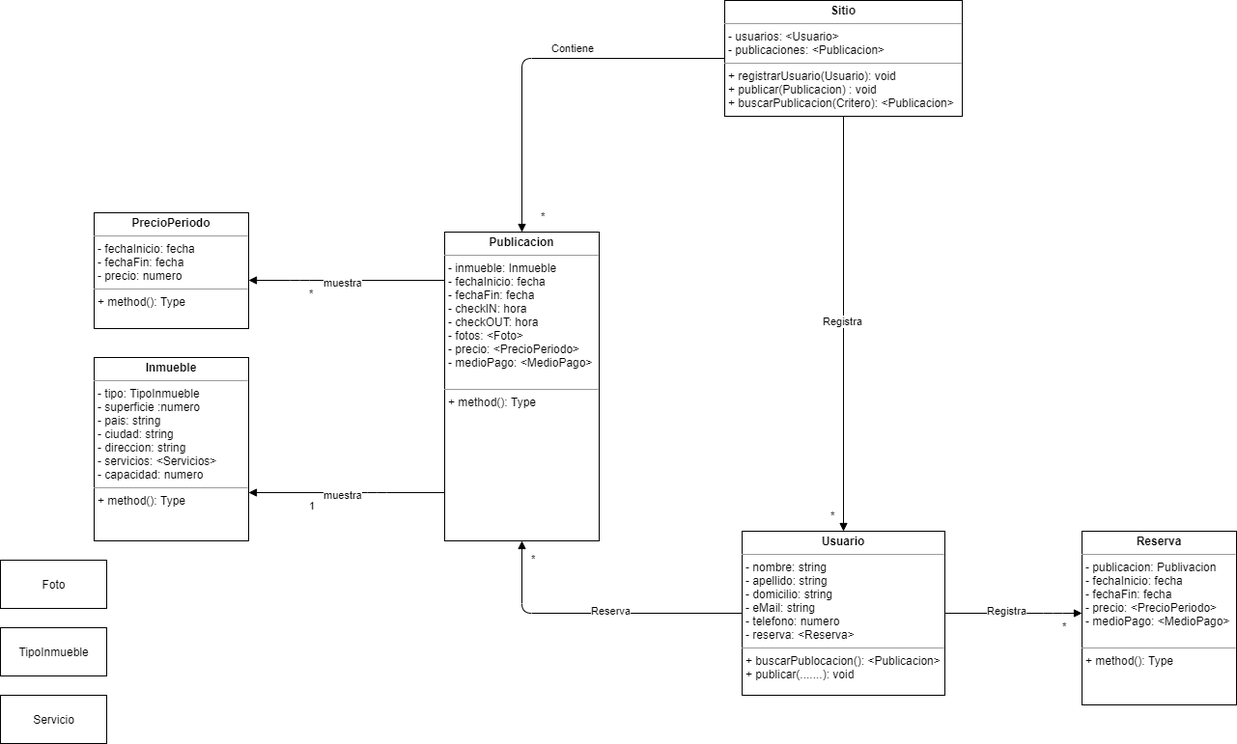
CundariNicolas/PO2_TP_FINAL_2021 keeps this draw.io diagram as UML_PO2_TP_FINALPNG1.png. Above is the earlier version. Source tidied: cells renumbered, new cells last; positions are measured from the earlier drawing's top-left corner, leaving out a move shared by most shapes.
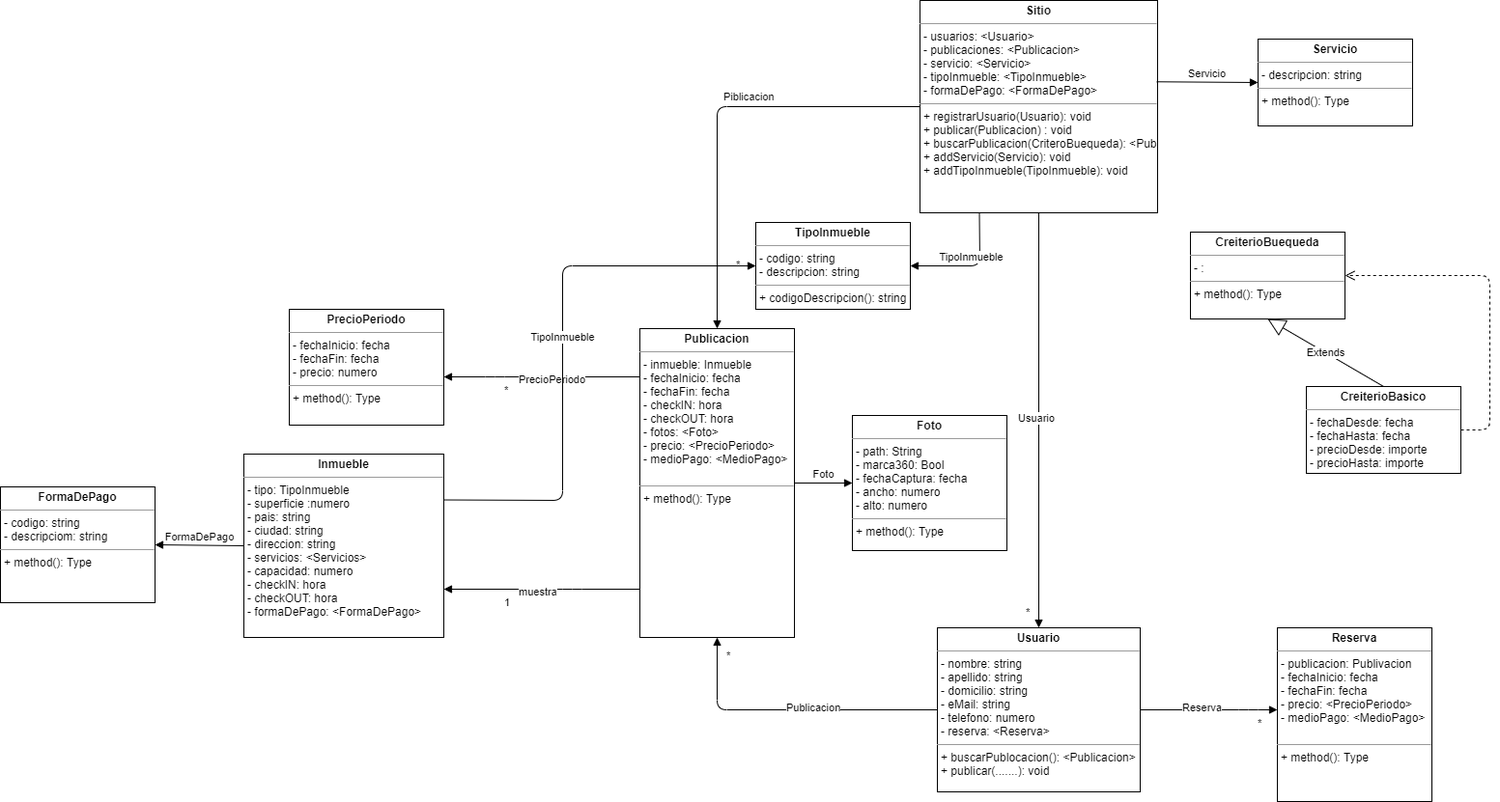
After the change.

The edit, as a diff of the source:
```diff
@@ -8,28 +8,19 @@
     <mxCell id="3" value="&lt;p style=&quot;margin: 0px ; margin-top: 4px ; text-align: center&quot;&gt;&lt;b&gt;Publicacion&lt;/b&gt;&lt;/p&gt;&lt;hr size=&quot;1&quot;&gt;&lt;p style=&quot;margin: 0px ; margin-left: 4px&quot;&gt;- inmueble: Inmueble&lt;/p&gt;&lt;p style=&quot;margin: 0px ; margin-left: 4px&quot;&gt;- fechaInicio: fecha&lt;/p&gt;&lt;p style=&quot;margin: 0px ; margin-left: 4px&quot;&gt;- fechaFin: fecha&lt;/p&gt;&lt;p style=&quot;margin: 0px ; margin-left: 4px&quot;&gt;- checkIN: hora&lt;/p&gt;&lt;p style=&quot;margin: 0px ; margin-left: 4px&quot;&gt;- checkOUT: hora&lt;/p&gt;&lt;p style=&quot;margin: 0px ; margin-left: 4px&quot;&gt;- fotos: &amp;lt;Foto&amp;gt;&lt;/p&gt;&lt;p style=&quot;margin: 0px ; margin-left: 4px&quot;&gt;- precio: &amp;lt;PrecioPeriodo&amp;gt;&lt;/p&gt;&lt;p style=&quot;margin: 0px ; margin-left: 4px&quot;&gt;- medioPago: &amp;lt;MedioPago&amp;gt;&lt;/p&gt;&lt;p style=&quot;margin: 0px ; margin-left: 4px&quot;&gt;&lt;br&gt;&lt;/p&gt;&lt;hr size=&quot;1&quot;&gt;&lt;p style=&quot;margin: 0px ; margin-left: 4px&quot;&gt;+ method(): Type&lt;/p&gt;" style="verticalAlign=top;align=left;overflow=fill;fontSize=12;fontFamily=Helvetica;html=1;" parent="1" vertex="1">
       <mxGeometry x="460" y="240" width="160" height="320" as="geometry" />
     </mxCell>
-    <mxCell id="4" value="&lt;p style=&quot;margin: 0px ; margin-top: 4px ; text-align: center&quot;&gt;&lt;b&gt;Sitio&lt;/b&gt;&lt;/p&gt;&lt;hr size=&quot;1&quot;&gt;&lt;p style=&quot;margin: 0px ; margin-left: 4px&quot;&gt;- usuarios: &amp;lt;Usuario&amp;gt;&lt;/p&gt;&lt;p style=&quot;margin: 0px ; margin-left: 4px&quot;&gt;- publicaciones: &amp;lt;Publicacion&amp;gt;&lt;/p&gt;&lt;hr size=&quot;1&quot;&gt;&lt;p style=&quot;margin: 0px ; margin-left: 4px&quot;&gt;+ registrarUsuario(Usuario): void&lt;/p&gt;&lt;p style=&quot;margin: 0px ; margin-left: 4px&quot;&gt;+ publicar(Publicacion) : void&lt;/p&gt;&lt;p style=&quot;margin: 0px ; margin-left: 4px&quot;&gt;+ buscarPublicacion(Critero): &amp;lt;Publicacion&amp;gt;&lt;/p&gt;" style="verticalAlign=top;align=left;overflow=fill;fontSize=12;fontFamily=Helvetica;html=1;" parent="1" vertex="1">
-      <mxGeometry x="750" width="246" height="120" as="geometry" />
+    <mxCell id="4" value="&lt;p style=&quot;margin: 0px ; margin-top: 4px ; text-align: center&quot;&gt;&lt;b&gt;Sitio&lt;/b&gt;&lt;/p&gt;&lt;hr size=&quot;1&quot;&gt;&lt;p style=&quot;margin: 0px ; margin-left: 4px&quot;&gt;- usuarios: &amp;lt;Usuario&amp;gt;&lt;/p&gt;&lt;p style=&quot;margin: 0px ; margin-left: 4px&quot;&gt;- publicaciones: &amp;lt;Publicacion&amp;gt;&lt;/p&gt;&lt;p style=&quot;margin: 0px ; margin-left: 4px&quot;&gt;- servicio: &amp;lt;Servicio&amp;gt;&lt;/p&gt;&lt;p style=&quot;margin: 0px ; margin-left: 4px&quot;&gt;- tipoInmueble: &amp;lt;TipoInmueble&amp;gt;&lt;/p&gt;&lt;p style=&quot;margin: 0px ; margin-left: 4px&quot;&gt;- formaDePago: &amp;lt;FormaDePago&amp;gt;&lt;/p&gt;&lt;hr size=&quot;1&quot;&gt;&lt;p style=&quot;margin: 0px ; margin-left: 4px&quot;&gt;+ registrarUsuario(Usuario): void&lt;/p&gt;&lt;p style=&quot;margin: 0px ; margin-left: 4px&quot;&gt;+ publicar(Publicacion) : void&lt;/p&gt;&lt;p style=&quot;margin: 0px ; margin-left: 4px&quot;&gt;+ buscarPublicacion(CriteroBuequeda): &amp;lt;Publicacion&amp;gt;&lt;/p&gt;&lt;p style=&quot;margin: 0px ; margin-left: 4px&quot;&gt;+ addServicio(Servicio): void&lt;/p&gt;&lt;p style=&quot;margin: 0px ; margin-left: 4px&quot;&gt;+ addTipoInmueble(TipoInmueble): void&lt;/p&gt;" style="verticalAlign=top;align=left;overflow=fill;fontSize=12;fontFamily=Helvetica;html=1;" parent="1" vertex="1">
+      <mxGeometry x="750" y="-100" width="246" height="220" as="geometry" />
     </mxCell>
-    <mxCell id="5" value="&lt;p style=&quot;margin: 0px ; margin-top: 4px ; text-align: center&quot;&gt;&lt;b&gt;Inmueble&lt;/b&gt;&lt;/p&gt;&lt;hr size=&quot;1&quot;&gt;&lt;p style=&quot;margin: 0px ; margin-left: 4px&quot;&gt;- tipo: TipoInmueble&lt;/p&gt;&lt;p style=&quot;margin: 0px ; margin-left: 4px&quot;&gt;- superficie :numero&lt;/p&gt;&lt;p style=&quot;margin: 0px ; margin-left: 4px&quot;&gt;- pais: string&lt;/p&gt;&lt;p style=&quot;margin: 0px ; margin-left: 4px&quot;&gt;- ciudad: string&lt;/p&gt;&lt;p style=&quot;margin: 0px ; margin-left: 4px&quot;&gt;- direccion: string&lt;/p&gt;&lt;p style=&quot;margin: 0px ; margin-left: 4px&quot;&gt;- servicios: &amp;lt;Servicios&amp;gt;&lt;/p&gt;&lt;p style=&quot;margin: 0px ; margin-left: 4px&quot;&gt;- capacidad: numero&lt;/p&gt;&lt;hr size=&quot;1&quot;&gt;&lt;p style=&quot;margin: 0px ; margin-left: 4px&quot;&gt;+ method(): Type&lt;/p&gt;" style="verticalAlign=top;align=left;overflow=fill;fontSize=12;fontFamily=Helvetica;html=1;" parent="1" vertex="1">
-      <mxGeometry x="97" y="370" width="160" height="190" as="geometry" />
+    <mxCell id="5" value="&lt;p style=&quot;margin: 0px ; margin-top: 4px ; text-align: center&quot;&gt;&lt;b&gt;Inmueble&lt;/b&gt;&lt;/p&gt;&lt;hr size=&quot;1&quot;&gt;&lt;p style=&quot;margin: 0px ; margin-left: 4px&quot;&gt;- tipo: TipoInmueble&lt;/p&gt;&lt;p style=&quot;margin: 0px ; margin-left: 4px&quot;&gt;- superficie :numero&lt;/p&gt;&lt;p style=&quot;margin: 0px ; margin-left: 4px&quot;&gt;- pais: string&lt;/p&gt;&lt;p style=&quot;margin: 0px ; margin-left: 4px&quot;&gt;- ciudad: string&lt;/p&gt;&lt;p style=&quot;margin: 0px ; margin-left: 4px&quot;&gt;- direccion: string&lt;/p&gt;&lt;p style=&quot;margin: 0px ; margin-left: 4px&quot;&gt;- servicios: &amp;lt;Servicios&amp;gt;&lt;/p&gt;&lt;p style=&quot;margin: 0px ; margin-left: 4px&quot;&gt;- capacidad: numero&lt;/p&gt;&lt;p style=&quot;margin: 0px ; margin-left: 4px&quot;&gt;- checkIN: hora&lt;/p&gt;&lt;p style=&quot;margin: 0px ; margin-left: 4px&quot;&gt;- checkOUT: hora&lt;/p&gt;&lt;p style=&quot;margin: 0px ; margin-left: 4px&quot;&gt;- formaDePago: &amp;lt;FormaDePago&amp;gt;&lt;/p&gt;&lt;p style=&quot;margin: 0px ; margin-left: 4px&quot;&gt;&lt;br&gt;&lt;/p&gt;&lt;hr size=&quot;1&quot;&gt;&lt;p style=&quot;margin: 0px ; margin-left: 4px&quot;&gt;+ method(): Type&lt;/p&gt;" style="verticalAlign=top;align=left;overflow=fill;fontSize=12;fontFamily=Helvetica;html=1;" parent="1" vertex="1">
+      <mxGeometry x="50" y="370" width="207" height="190" as="geometry" />
     </mxCell>
-    <mxCell id="6" value="TipoInmueble" style="html=1;" parent="1" vertex="1">
-      <mxGeometry y="650" width="110" height="50" as="geometry" />
-    </mxCell>
-    <mxCell id="7" value="Servicio" style="html=1;" parent="1" vertex="1">
-      <mxGeometry y="720" width="110" height="50" as="geometry" />
-    </mxCell>
-    <mxCell id="8" value="Foto" style="html=1;" parent="1" vertex="1">
-      <mxGeometry y="580" width="110" height="50" as="geometry" />
-    </mxCell>
     <mxCell id="9" value="&lt;p style=&quot;margin: 0px ; margin-top: 4px ; text-align: center&quot;&gt;&lt;b&gt;PrecioPeriodo&lt;/b&gt;&lt;/p&gt;&lt;hr size=&quot;1&quot;&gt;&lt;p style=&quot;margin: 0px ; margin-left: 4px&quot;&gt;- fechaInicio: fecha&lt;/p&gt;&lt;p style=&quot;margin: 0px ; margin-left: 4px&quot;&gt;- fechaFin: fecha&lt;/p&gt;&lt;p style=&quot;margin: 0px ; margin-left: 4px&quot;&gt;- precio: numero&lt;/p&gt;&lt;hr size=&quot;1&quot;&gt;&lt;p style=&quot;margin: 0px ; margin-left: 4px&quot;&gt;+ method(): Type&lt;/p&gt;" style="verticalAlign=top;align=left;overflow=fill;fontSize=12;fontFamily=Helvetica;html=1;" parent="1" vertex="1">
       <mxGeometry x="97" y="220" width="160" height="120" as="geometry" />
     </mxCell>
     <mxCell id="10" value="&lt;p style=&quot;margin: 0px ; margin-top: 4px ; text-align: center&quot;&gt;&lt;b&gt;Reserva&lt;/b&gt;&lt;/p&gt;&lt;hr size=&quot;1&quot;&gt;&lt;p style=&quot;margin: 0px ; margin-left: 4px&quot;&gt;- publicacion: Publivacion&lt;/p&gt;&lt;p style=&quot;margin: 0px ; margin-left: 4px&quot;&gt;- fechaInicio: fecha&lt;/p&gt;&lt;p style=&quot;margin: 0px ; margin-left: 4px&quot;&gt;- fechaFin: fecha&lt;/p&gt;&lt;p style=&quot;margin: 0px ; margin-left: 4px&quot;&gt;- precio: &amp;lt;PrecioPeriodo&amp;gt;&lt;/p&gt;&lt;p style=&quot;margin: 0px ; margin-left: 4px&quot;&gt;- medioPago: &amp;lt;MedioPago&amp;gt;&lt;/p&gt;&lt;p style=&quot;margin: 0px ; margin-left: 4px&quot;&gt;&lt;br&gt;&lt;/p&gt;&lt;hr size=&quot;1&quot;&gt;&lt;p style=&quot;margin: 0px ; margin-left: 4px&quot;&gt;+ method(): Type&lt;/p&gt;" style="verticalAlign=top;align=left;overflow=fill;fontSize=12;fontFamily=Helvetica;html=1;" parent="1" vertex="1">
       <mxGeometry x="1120" y="550" width="160" height="180" as="geometry" />
     </mxCell>
-    <mxCell id="11" value="Registra" style="endArrow=block;endFill=1;html=1;edgeStyle=orthogonalEdgeStyle;align=left;verticalAlign=top;" parent="1" edge="1" source="4" target="2">
+    <mxCell id="11" value="Usuario" style="endArrow=block;endFill=1;html=1;edgeStyle=orthogonalEdgeStyle;align=left;verticalAlign=top;" parent="1" edge="1" source="4" target="2">
       <mxGeometry x="-0.07" y="-23" relative="1" as="geometry" />
     </mxCell>
     <mxCell id="12" value="*" style="edgeLabel;html=1;align=left;verticalAlign=bottom;spacing=20;" parent="11" vertex="1">
@@ -37,7 +28,7 @@
         <mxPoint x="-33" y="440" as="offset" />
       </mxGeometry>
     </mxCell>
-    <mxCell id="13" value="Reserva" style="endArrow=block;endFill=1;html=1;edgeStyle=orthogonalEdgeStyle;align=left;verticalAlign=top;" parent="1" edge="1" source="2" target="3">
+    <mxCell id="13" value="Publicacion" style="endArrow=block;endFill=1;html=1;edgeStyle=orthogonalEdgeStyle;align=left;verticalAlign=top;" parent="1" edge="1" source="2" target="3">
       <mxGeometry x="0.04" y="-15" relative="1" as="geometry">
         <Array as="points">
           <mxPoint x="540" y="635" />
@@ -49,7 +40,7 @@
         <mxPoint x="-238" y="-30" as="offset" />
       </mxGeometry>
     </mxCell>
-    <mxCell id="15" value="Registra" style="endArrow=block;endFill=1;html=1;edgeStyle=orthogonalEdgeStyle;align=left;verticalAlign=top;" parent="1" edge="1" source="2" target="10">
+    <mxCell id="15" value="Reserva" style="endArrow=block;endFill=1;html=1;edgeStyle=orthogonalEdgeStyle;align=left;verticalAlign=top;" parent="1" edge="1" source="2" target="10">
       <mxGeometry x="-0.41" y="15" relative="1" as="geometry">
         <Array as="points">
           <mxPoint x="1090" y="635" />
@@ -62,7 +53,7 @@
         <mxPoint x="102" y="40" as="offset" />
       </mxGeometry>
     </mxCell>
-    <mxCell id="17" value="Contiene" style="endArrow=block;endFill=1;html=1;edgeStyle=orthogonalEdgeStyle;align=left;verticalAlign=top;" parent="1" edge="1" source="4" target="3">
+    <mxCell id="17" value="Piblicacion" style="endArrow=block;endFill=1;html=1;edgeStyle=orthogonalEdgeStyle;align=left;verticalAlign=top;" parent="1" edge="1" source="4" target="3">
       <mxGeometry x="-0.07" y="-23" relative="1" as="geometry" />
     </mxCell>
     <mxCell id="18" value="*" style="edgeLabel;html=1;align=left;verticalAlign=bottom;spacing=20;" parent="17" vertex="1">
@@ -83,7 +74,7 @@
         <mxPoint x="-160" y="40" as="offset" />
       </mxGeometry>
     </mxCell>
-    <mxCell id="21" value="muestra" style="endArrow=block;endFill=1;html=1;edgeStyle=orthogonalEdgeStyle;align=left;verticalAlign=top;" parent="1" edge="1" target="9">
+    <mxCell id="21" value="PrecioPeriodo" style="endArrow=block;endFill=1;html=1;edgeStyle=orthogonalEdgeStyle;align=left;verticalAlign=top;" parent="1" edge="1" target="9">
       <mxGeometry x="0.25" y="-10" relative="1" as="geometry">
         <mxPoint x="460" y="290" as="sourcePoint" />
         <Array as="points">
@@ -97,5 +88,58 @@
         <mxPoint x="-160" y="40" as="offset" />
       </mxGeometry>
     </mxCell>
+    <mxCell id="23" value="&lt;p style=&quot;margin: 0px ; margin-top: 4px ; text-align: center&quot;&gt;&lt;b&gt;TipoInmueble&lt;/b&gt;&lt;/p&gt;&lt;hr size=&quot;1&quot;&gt;&lt;p style=&quot;margin: 0px ; margin-left: 4px&quot;&gt;- codigo: string&lt;/p&gt;&lt;p style=&quot;margin: 0px ; margin-left: 4px&quot;&gt;- descripcion: string&lt;/p&gt;&lt;hr size=&quot;1&quot;&gt;&lt;p style=&quot;margin: 0px ; margin-left: 4px&quot;&gt;+ codigoDescripcion(): string&lt;/p&gt;" style="verticalAlign=top;align=left;overflow=fill;fontSize=12;fontFamily=Helvetica;html=1;" parent="1" vertex="1">
+      <mxGeometry x="580" y="130" width="160" height="90" as="geometry" />
+    </mxCell>
+    <mxCell id="24" value="&lt;p style=&quot;margin: 0px ; margin-top: 4px ; text-align: center&quot;&gt;&lt;b&gt;Servicio&lt;/b&gt;&lt;/p&gt;&lt;hr size=&quot;1&quot;&gt;&lt;p style=&quot;margin: 0px ; margin-left: 4px&quot;&gt;&lt;span&gt;- descripcion: string&lt;/span&gt;&lt;br&gt;&lt;/p&gt;&lt;hr size=&quot;1&quot;&gt;&lt;p style=&quot;margin: 0px ; margin-left: 4px&quot;&gt;+ method(): Type&lt;/p&gt;" style="verticalAlign=top;align=left;overflow=fill;fontSize=12;fontFamily=Helvetica;html=1;" parent="1" vertex="1">
+      <mxGeometry x="1100" y="-60" width="160" height="90" as="geometry" />
+    </mxCell>
+    <mxCell id="25" value="&lt;p style=&quot;margin: 0px ; margin-top: 4px ; text-align: center&quot;&gt;&lt;b&gt;Foto&lt;/b&gt;&lt;/p&gt;&lt;hr size=&quot;1&quot;&gt;&lt;p style=&quot;margin: 0px ; margin-left: 4px&quot;&gt;- path: String&lt;/p&gt;&lt;p style=&quot;margin: 0px ; margin-left: 4px&quot;&gt;- marca360: Bool&lt;/p&gt;&lt;p style=&quot;margin: 0px ; margin-left: 4px&quot;&gt;- fechaCaptura: fecha&lt;/p&gt;&lt;p style=&quot;margin: 0px ; margin-left: 4px&quot;&gt;- ancho: numero&lt;/p&gt;&lt;p style=&quot;margin: 0px ; margin-left: 4px&quot;&gt;- alto: numero&lt;/p&gt;&lt;hr size=&quot;1&quot;&gt;&lt;p style=&quot;margin: 0px ; margin-left: 4px&quot;&gt;+ method(): Type&lt;/p&gt;" style="verticalAlign=top;align=left;overflow=fill;fontSize=12;fontFamily=Helvetica;html=1;" parent="1" vertex="1">
+      <mxGeometry x="680" y="330" width="160" height="140" as="geometry" />
+    </mxCell>
+    <mxCell id="8" value="Foto" style="html=1;verticalAlign=bottom;endArrow=block;entryX=0;entryY=0.5;entryDx=0;entryDy=0;exitX=1;exitY=0.5;exitDx=0;exitDy=0;" parent="1" edge="1" source="3" target="25">
+      <mxGeometry relative="1" as="geometry" />
+    </mxCell>
+    <mxCell id="26" value="TipoInmueble" style="html=1;verticalAlign=bottom;endArrow=block;exitX=0.25;exitY=1;exitDx=0;exitDy=0;entryX=1;entryY=0.5;entryDx=0;entryDy=0;" parent="1" edge="1" source="4" target="23">
+      <mxGeometry relative="1" as="geometry">
+        <Array as="points">
+          <mxPoint x="812" y="175" />
+        </Array>
+      </mxGeometry>
+    </mxCell>
+    <mxCell id="7" value="Servicio" style="html=1;verticalAlign=bottom;endArrow=block;entryX=0;entryY=0.5;entryDx=0;entryDy=0;exitX=0.996;exitY=0.383;exitDx=0;exitDy=0;exitPerimeter=0;" parent="1" edge="1" source="4" target="24">
+      <mxGeometry relative="1" as="geometry" />
+    </mxCell>
+    <mxCell id="27" value="TipoInmueble" style="html=1;verticalAlign=bottom;endArrow=block;exitX=1;exitY=0.25;exitDx=0;exitDy=0;entryX=0;entryY=0.5;entryDx=0;entryDy=0;" parent="1" edge="1" source="5" target="23">
+      <mxGeometry relative="1" as="geometry">
+        <Array as="points">
+          <mxPoint x="380" y="418" />
+          <mxPoint x="380" y="175" />
+        </Array>
+      </mxGeometry>
+    </mxCell>
+    <mxCell id="28" value="&lt;p style=&quot;margin: 0px ; margin-top: 4px ; text-align: center&quot;&gt;&lt;b&gt;FormaDePago&lt;/b&gt;&lt;/p&gt;&lt;hr size=&quot;1&quot;&gt;&lt;p style=&quot;margin: 0px ; margin-left: 4px&quot;&gt;- codigo: string&lt;/p&gt;&lt;p style=&quot;margin: 0px ; margin-left: 4px&quot;&gt;- descripciom: string&lt;/p&gt;&lt;hr size=&quot;1&quot;&gt;&lt;p style=&quot;margin: 0px ; margin-left: 4px&quot;&gt;+ method(): Type&lt;/p&gt;" style="verticalAlign=top;align=left;overflow=fill;fontSize=12;fontFamily=Helvetica;html=1;" parent="1" vertex="1">
+      <mxGeometry x="-202" y="404" width="160" height="120" as="geometry" />
+    </mxCell>
+    <mxCell id="29" value="FormaDePago" style="html=1;verticalAlign=bottom;endArrow=block;exitX=0;exitY=0.5;exitDx=0;exitDy=0;entryX=1;entryY=0.5;entryDx=0;entryDy=0;" parent="1" edge="1" source="5" target="28">
+      <mxGeometry relative="1" as="geometry" />
+    </mxCell>
+    <mxCell id="30" value="&lt;p style=&quot;margin: 0px ; margin-top: 4px ; text-align: center&quot;&gt;&lt;b&gt;CreiterioBuequeda&lt;/b&gt;&lt;/p&gt;&lt;hr size=&quot;1&quot;&gt;&lt;p style=&quot;margin: 0px ; margin-left: 4px&quot;&gt;&lt;span&gt;- :&amp;nbsp;&lt;/span&gt;&lt;br&gt;&lt;/p&gt;&lt;hr size=&quot;1&quot;&gt;&lt;p style=&quot;margin: 0px ; margin-left: 4px&quot;&gt;+ method(): Type&lt;/p&gt;" style="verticalAlign=top;align=left;overflow=fill;fontSize=12;fontFamily=Helvetica;html=1;" parent="1" vertex="1">
+      <mxGeometry x="1030" y="140" width="160" height="90" as="geometry" />
+    </mxCell>
+    <mxCell id="31" value="&lt;p style=&quot;margin: 0px ; margin-top: 4px ; text-align: center&quot;&gt;&lt;b&gt;CreiterioBasico&lt;/b&gt;&lt;/p&gt;&lt;hr size=&quot;1&quot;&gt;&lt;p style=&quot;margin: 0px ; margin-left: 4px&quot;&gt;&lt;span&gt;- fechaDesde: fecha&lt;/span&gt;&lt;br&gt;&lt;/p&gt;&lt;p style=&quot;margin: 0px ; margin-left: 4px&quot;&gt;- fechaHasta: fecha&lt;/p&gt;&lt;p style=&quot;margin: 0px ; margin-left: 4px&quot;&gt;- precioDesde: importe&lt;/p&gt;&lt;p style=&quot;margin: 0px ; margin-left: 4px&quot;&gt;- precioHasta: importe&lt;/p&gt;&lt;hr size=&quot;1&quot;&gt;&lt;p style=&quot;margin: 0px ; margin-left: 4px&quot;&gt;+ method():&amp;nbsp;&lt;/p&gt;" style="verticalAlign=top;align=left;overflow=fill;fontSize=12;fontFamily=Helvetica;html=1;" parent="1" vertex="1">
+      <mxGeometry x="1150" y="300" width="160" height="90" as="geometry" />
+    </mxCell>
+    <mxCell id="32" value="Extends" style="endArrow=block;endSize=16;endFill=0;html=1;exitX=0.5;exitY=0;exitDx=0;exitDy=0;entryX=0.5;entryY=1;entryDx=0;entryDy=0;" parent="1" edge="1" source="31" target="30">
+      <mxGeometry relative="1" as="geometry" />
+    </mxCell>
+    <mxCell id="33" style="html=1;verticalAlign=bottom;endArrow=open;dashed=1;endSize=8;exitX=1;exitY=0.5;exitDx=0;exitDy=0;entryX=1;entryY=0.5;entryDx=0;entryDy=0;" parent="1" edge="1" source="31" target="30">
+      <mxGeometry relative="1" as="geometry">
+        <Array as="points">
+          <mxPoint x="1340" y="345" />
+          <mxPoint x="1340" y="185" />
+        </Array>
+      </mxGeometry>
+    </mxCell>
   </root>
 </mxGraphModel>
```
